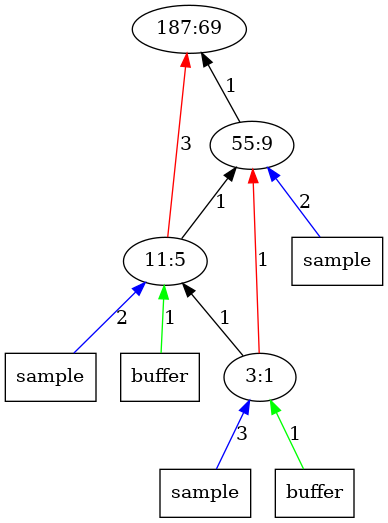
Before: outputImages/op69.png.png, a diagram exported from Graphviz (AbhikKhan/MTP_IITG). Its source is kept beside it as outputTrees/op69.dot. Source of this version:
```dot
digraph Tree{
	rankdir="BT"
	1 [label = "187:69"];
	2 -> 1 [label = "1", color = "black"];
	x21 -> 2 [label = "2", color = "blue"];
	x21 [label = "sample", shape = "box"];
	2 [label = "55:9"];
	x32 -> 3 [label = "1", color = "green"];
	x32 [label = "buffer", shape = "box"];
	3 -> 1 [label = "3", color = "red"];
	3 -> 2 [label = "1", color = "black"];
	x31 -> 3 [label = "2", color = "blue"];
	x31 [label = "sample", shape = "box"];
	3 [label = "11:5"];
	4 -> 3 [label = "1", color = "black"];
	4 -> 2 [label = "1", color = "red"];
	x41 -> 4 [label = "3", color = "blue"];
	x41 [label = "sample", shape = "box"];
	x42 -> 4 [label = "1", color = "green"];
	x42 [label = "buffer", shape = "box"];
	4 [label = "3:1"];
}
```
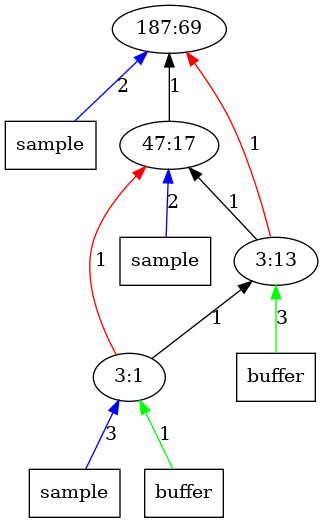
The same diagram one commit later.

What changed in the source:
```diff
@@ -1,19 +1,19 @@
 digraph Tree{
 	rankdir="BT"
+	x11 -> 1 [label = "2", color = "blue"];
+	x11 [label = "sample", shape = "box"];
 	1 [label = "187:69"];
 	2 -> 1 [label = "1", color = "black"];
 	x21 -> 2 [label = "2", color = "blue"];
 	x21 [label = "sample", shape = "box"];
-	2 [label = "55:9"];
-	x32 -> 3 [label = "1", color = "green"];
+	2 [label = "47:17"];
+	x32 -> 3 [label = "3", color = "green"];
 	x32 [label = "buffer", shape = "box"];
-	3 -> 1 [label = "3", color = "red"];
+	3 -> 1 [label = "1", color = "red"];
 	3 -> 2 [label = "1", color = "black"];
-	x31 -> 3 [label = "2", color = "blue"];
-	x31 [label = "sample", shape = "box"];
-	3 [label = "11:5"];
+	3 [label = "3:13"];
+	4 -> 2 [label = "1", color = "red"];
 	4 -> 3 [label = "1", color = "black"];
-	4 -> 2 [label = "1", color = "red"];
 	x41 -> 4 [label = "3", color = "blue"];
 	x41 [label = "sample", shape = "box"];
 	x42 -> 4 [label = "1", color = "green"];
```
